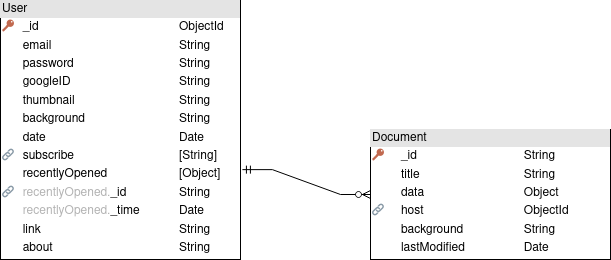
jenniehuang/Co-Edit keeps this draw.io diagram as DB schema.png. Above is the earlier version. Source tidied: cells renumbered, new cells last; positions are measured from the earlier drawing's top-left corner, leaving out a move shared by most shapes.
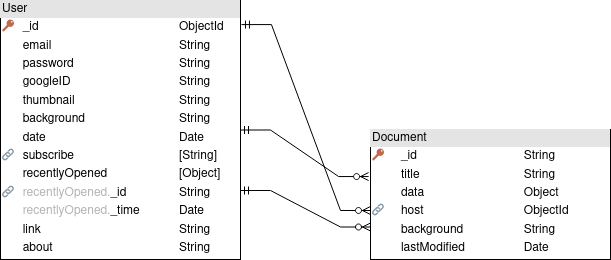
Above is the later version.

What changed in the source:
```diff
@@ -8,8 +8,16 @@
     <mxCell id="3" value="&lt;div style=&quot;box-sizing: border-box ; width: 100% ; background: #e4e4e4 ; padding: 2px&quot;&gt;Document&lt;br&gt;&lt;/div&gt;&lt;table style=&quot;width: 100% ; font-size: 1em&quot; cellspacing=&quot;0&quot; cellpadding=&quot;2&quot;&gt;&lt;tbody&gt;&lt;tr&gt;&lt;td&gt;🔑&lt;br&gt;&lt;/td&gt;&lt;td&gt;_id&lt;br&gt;&lt;/td&gt;&lt;td&gt;String&lt;br&gt;&lt;/td&gt;&lt;/tr&gt;&lt;tr&gt;&lt;td&gt;&lt;br&gt;&lt;/td&gt;&lt;td&gt;title&lt;br&gt;&lt;/td&gt;&lt;td&gt;String&lt;br&gt;&lt;/td&gt;&lt;/tr&gt;&lt;tr&gt;&lt;td&gt;&lt;br&gt;&lt;/td&gt;&lt;td&gt;data&lt;br&gt;&lt;/td&gt;&lt;td&gt;Object&lt;br&gt;&lt;/td&gt;&lt;/tr&gt;&lt;tr&gt;&lt;td&gt;🔗&lt;br&gt;&lt;/td&gt;&lt;td&gt;host&lt;br&gt;&lt;/td&gt;&lt;td&gt;ObjectId&lt;br&gt;&lt;/td&gt;&lt;/tr&gt;&lt;tr&gt;&lt;td&gt;&lt;br&gt;&lt;/td&gt;&lt;td&gt;background&lt;br&gt;&lt;/td&gt;&lt;td&gt;String&lt;br&gt;&lt;/td&gt;&lt;/tr&gt;&lt;tr&gt;&lt;td&gt;&lt;br&gt;&lt;/td&gt;&lt;td&gt;lastModified&lt;br&gt;&lt;/td&gt;&lt;td&gt;Date&lt;br&gt;&lt;/td&gt;&lt;/tr&gt;&lt;/tbody&gt;&lt;/table&gt;" style="verticalAlign=top;align=left;overflow=fill;html=1;" parent="1" vertex="1">
       <mxGeometry x="370" y="129" width="240" height="130" as="geometry" />
     </mxCell>
-    <mxCell id="4" style="edgeStyle=entityRelationEdgeStyle;fontSize=12;html=1;endArrow=ERzeroToMany;endFill=1;startArrow=ERmandOne;rounded=0;entryX=0;entryY=0.5;entryDx=0;entryDy=0;exitX=1.008;exitY=0.653;exitDx=0;exitDy=0;exitPerimeter=0;startFill=0;" parent="1" edge="1" source="2" target="3">
+    <mxCell id="4" style="edgeStyle=entityRelationEdgeStyle;fontSize=12;html=1;endArrow=ERzeroToMany;endFill=1;startArrow=ERmandOne;rounded=0;entryX=0;entryY=0.623;entryDx=0;entryDy=0;exitX=1.004;exitY=0.093;exitDx=0;exitDy=0;exitPerimeter=0;startFill=0;entryPerimeter=0;" parent="1" edge="1" source="2" target="3">
       <mxGeometry relative="1" as="geometry" />
     </mxCell>
+    <mxCell id="5" style="edgeStyle=entityRelationEdgeStyle;fontSize=12;html=1;endArrow=ERzeroToMany;endFill=1;startArrow=ERmandOne;rounded=0;entryX=-0.008;entryY=0.362;entryDx=0;entryDy=0;exitX=1;exitY=0.5;exitDx=0;exitDy=0;startFill=0;entryPerimeter=0;" parent="1" edge="1" source="2" target="3">
+      <mxGeometry relative="1" as="geometry" />
+    </mxCell>
+    <mxCell id="6" style="edgeStyle=entityRelationEdgeStyle;fontSize=12;html=1;endArrow=ERzeroToMany;endFill=1;startArrow=ERmandOne;rounded=0;entryX=0;entryY=0.75;entryDx=0;entryDy=0;exitX=1;exitY=0.5;exitDx=0;exitDy=0;startFill=0;" parent="1" edge="1" target="3">
+      <mxGeometry relative="1" as="geometry">
+        <mxPoint x="240" y="190" as="sourcePoint" />
+      </mxGeometry>
+    </mxCell>
   </root>
 </mxGraphModel>
```
